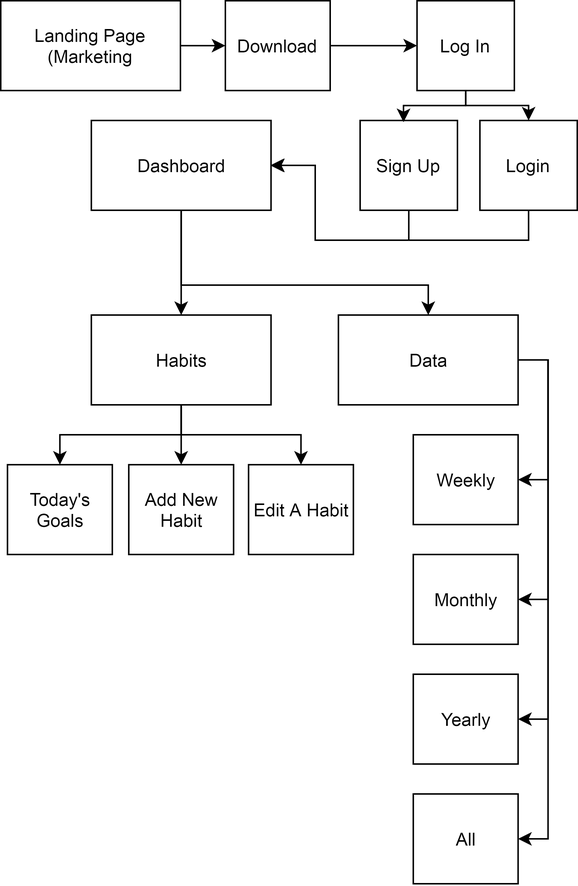
Before: images/yir/userflow_sitemap.png, a diagram exported from draw.io (jesykaness/jesykaness.github.io). Source tidied: cells renumbered, new cells last; positions are measured from the earlier drawing's top-left corner, leaving out a move shared by most shapes. Source of this version:
```xml
<mxGraphModel>
  <root>
    <mxCell id="0" />
    <mxCell id="1" parent="0" />
    <mxCell id="2" style="edgeStyle=orthogonalEdgeStyle;rounded=0;jettySize=auto;html=1;" parent="1" edge="1" source="4" target="12">
      <mxGeometry relative="1" as="geometry" />
    </mxCell>
    <mxCell id="3" style="edgeStyle=orthogonalEdgeStyle;rounded=0;jettySize=auto;html=1;entryX=0.5;entryY=0;entryDx=0;entryDy=0;" parent="1" edge="1" source="4" target="17">
      <mxGeometry relative="1" as="geometry">
        <Array as="points">
          <mxPoint x="120" y="190" />
          <mxPoint x="286" y="190" />
        </Array>
      </mxGeometry>
    </mxCell>
    <mxCell id="4" value="Dashboard" style="rounded=0;whiteSpace=wrap;html=1;fillColor=none;" parent="1" vertex="1">
      <mxGeometry x="60.5" y="80" width="120" height="60" as="geometry" />
    </mxCell>
    <mxCell id="5" style="edgeStyle=orthogonalEdgeStyle;rounded=0;jettySize=auto;html=1;entryX=0.446;entryY=0.019;entryDx=0;entryDy=0;entryPerimeter=0;" parent="1" edge="1" source="7" target="20">
      <mxGeometry relative="1" as="geometry">
        <Array as="points">
          <mxPoint x="310" y="70" />
          <mxPoint x="269" y="70" />
        </Array>
      </mxGeometry>
    </mxCell>
    <mxCell id="6" style="edgeStyle=orthogonalEdgeStyle;rounded=0;jettySize=auto;html=1;entryX=0.5;entryY=0;entryDx=0;entryDy=0;" parent="1" edge="1" source="7" target="22">
      <mxGeometry relative="1" as="geometry">
        <Array as="points">
          <mxPoint x="310" y="70" />
          <mxPoint x="352" y="70" />
        </Array>
      </mxGeometry>
    </mxCell>
    <mxCell id="7" value="Log In" style="rounded=0;whiteSpace=wrap;html=1;fillColor=none;" parent="1" vertex="1">
      <mxGeometry x="278" width="65" height="60" as="geometry" />
    </mxCell>
    <mxCell id="8" value="Weekly" style="rounded=0;whiteSpace=wrap;html=1;fillColor=none;" parent="1" vertex="1">
      <mxGeometry x="275.5" y="290" width="70" height="60" as="geometry" />
    </mxCell>
    <mxCell id="9" style="edgeStyle=orthogonalEdgeStyle;rounded=0;jettySize=auto;html=1;entryX=0.5;entryY=0;entryDx=0;entryDy=0;" parent="1" edge="1" source="12" target="23">
      <mxGeometry relative="1" as="geometry" />
    </mxCell>
    <mxCell id="10" style="edgeStyle=orthogonalEdgeStyle;rounded=0;jettySize=auto;html=1;" parent="1" edge="1" source="12" target="26">
      <mxGeometry relative="1" as="geometry" />
    </mxCell>
    <mxCell id="11" style="edgeStyle=orthogonalEdgeStyle;rounded=0;jettySize=auto;html=1;entryX=0.5;entryY=0;entryDx=0;entryDy=0;" parent="1" edge="1" source="12" target="27">
      <mxGeometry relative="1" as="geometry" />
    </mxCell>
    <mxCell id="12" value="Habits" style="rounded=0;whiteSpace=wrap;html=1;fillColor=none;" parent="1" vertex="1">
      <mxGeometry x="60.5" y="210" width="120" height="60" as="geometry" />
    </mxCell>
    <mxCell id="13" style="edgeStyle=orthogonalEdgeStyle;rounded=0;jettySize=auto;html=1;entryX=1;entryY=0.5;entryDx=0;entryDy=0;" parent="1" edge="1" source="17" target="8">
      <mxGeometry relative="1" as="geometry">
        <Array as="points">
          <mxPoint x="365.5" y="240" />
          <mxPoint x="365.5" y="320" />
        </Array>
      </mxGeometry>
    </mxCell>
    <mxCell id="14" style="edgeStyle=orthogonalEdgeStyle;rounded=0;jettySize=auto;html=1;entryX=1;entryY=0.5;entryDx=0;entryDy=0;" parent="1" edge="1" source="17" target="18">
      <mxGeometry relative="1" as="geometry">
        <Array as="points">
          <mxPoint x="365.5" y="240" />
          <mxPoint x="365.5" y="400" />
        </Array>
      </mxGeometry>
    </mxCell>
    <mxCell id="15" style="edgeStyle=orthogonalEdgeStyle;rounded=0;jettySize=auto;html=1;entryX=1;entryY=0.5;entryDx=0;entryDy=0;" parent="1" edge="1" source="17" target="24">
      <mxGeometry relative="1" as="geometry">
        <Array as="points">
          <mxPoint x="365.5" y="240" />
          <mxPoint x="365.5" y="480" />
        </Array>
      </mxGeometry>
    </mxCell>
    <mxCell id="16" style="edgeStyle=orthogonalEdgeStyle;rounded=0;jettySize=auto;html=1;entryX=1;entryY=0.5;entryDx=0;entryDy=0;" parent="1" edge="1" source="17" target="25">
      <mxGeometry relative="1" as="geometry">
        <Array as="points">
          <mxPoint x="365.5" y="240" />
          <mxPoint x="365.5" y="560" />
        </Array>
      </mxGeometry>
    </mxCell>
    <mxCell id="17" value="Data" style="rounded=0;whiteSpace=wrap;html=1;fillColor=none;" parent="1" vertex="1">
      <mxGeometry x="225.5" y="210" width="120" height="60" as="geometry" />
    </mxCell>
    <mxCell id="18" value="Monthly" style="rounded=0;whiteSpace=wrap;html=1;fillColor=none;" parent="1" vertex="1">
      <mxGeometry x="275.5" y="370" width="70" height="60" as="geometry" />
    </mxCell>
    <mxCell id="19" style="edgeStyle=orthogonalEdgeStyle;rounded=0;jettySize=auto;html=1;entryX=1;entryY=0.5;entryDx=0;entryDy=0;" parent="1" edge="1" source="20" target="4">
      <mxGeometry relative="1" as="geometry">
        <Array as="points">
          <mxPoint x="273" y="160" />
          <mxPoint x="210" y="160" />
          <mxPoint x="210" y="110" />
        </Array>
      </mxGeometry>
    </mxCell>
    <mxCell id="20" value="Sign Up" style="rounded=0;whiteSpace=wrap;html=1;fillColor=none;" parent="1" vertex="1">
      <mxGeometry x="240" y="80" width="65" height="60" as="geometry" />
    </mxCell>
    <mxCell id="21" style="edgeStyle=orthogonalEdgeStyle;rounded=0;jettySize=auto;html=1;" parent="1" edge="1" source="22">
      <mxGeometry relative="1" as="geometry">
        <mxPoint x="180" y="110" as="targetPoint" />
        <Array as="points">
          <mxPoint x="353" y="160" />
          <mxPoint x="210" y="160" />
          <mxPoint x="210" y="110" />
        </Array>
      </mxGeometry>
    </mxCell>
    <mxCell id="22" value="Login" style="rounded=0;whiteSpace=wrap;html=1;fillColor=none;" parent="1" vertex="1">
      <mxGeometry x="320" y="80" width="65" height="60" as="geometry" />
    </mxCell>
    <mxCell id="23" value="Today's Goals" style="rounded=0;whiteSpace=wrap;html=1;fillColor=none;" parent="1" vertex="1">
      <mxGeometry x="4.5" y="310" width="70" height="60" as="geometry" />
    </mxCell>
    <mxCell id="24" value="Yearly" style="rounded=0;whiteSpace=wrap;html=1;fillColor=none;" parent="1" vertex="1">
      <mxGeometry x="275.5" y="450" width="70" height="60" as="geometry" />
    </mxCell>
    <mxCell id="25" value="All" style="rounded=0;whiteSpace=wrap;html=1;fillColor=none;" parent="1" vertex="1">
      <mxGeometry x="275.5" y="530" width="70" height="60" as="geometry" />
    </mxCell>
    <mxCell id="26" value="Add New Habit" style="rounded=0;whiteSpace=wrap;html=1;fillColor=none;" parent="1" vertex="1">
      <mxGeometry x="85.5" y="310" width="70" height="60" as="geometry" />
    </mxCell>
    <mxCell id="27" value="Edit A Habit" style="rounded=0;whiteSpace=wrap;html=1;fillColor=none;" parent="1" vertex="1">
      <mxGeometry x="165.5" y="310" width="70" height="60" as="geometry" />
    </mxCell>
    <mxCell id="28" style="edgeStyle=orthogonalEdgeStyle;rounded=0;jettySize=auto;html=1;" parent="1" edge="1" source="29" target="31">
      <mxGeometry relative="1" as="geometry" />
    </mxCell>
    <mxCell id="29" value="Landing Page&lt;br&gt;(Marketing" style="rounded=0;whiteSpace=wrap;html=1;fillColor=none;" parent="1" vertex="1">
      <mxGeometry width="120" height="60" as="geometry" />
    </mxCell>
    <mxCell id="30" style="edgeStyle=orthogonalEdgeStyle;rounded=0;jettySize=auto;html=1;entryX=0;entryY=0.5;entryDx=0;entryDy=0;" parent="1" edge="1" source="31" target="7">
      <mxGeometry relative="1" as="geometry" />
    </mxCell>
    <mxCell id="31" value="Download" style="rounded=0;whiteSpace=wrap;html=1;fillColor=none;" parent="1" vertex="1">
      <mxGeometry x="150" width="70" height="60" as="geometry" />
    </mxCell>
  </root>
</mxGraphModel>
```
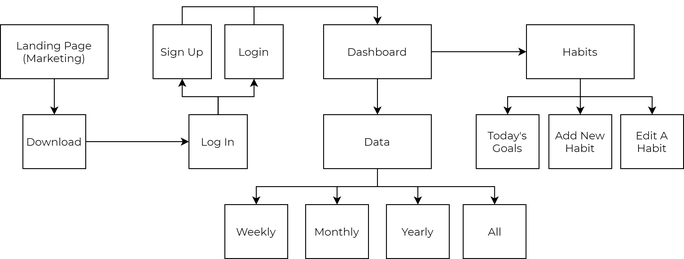
The same diagram one commit later.

The edit, as a diff of the source:
```diff
@@ -2,143 +2,115 @@
   <root>
     <mxCell id="0" />
     <mxCell id="1" parent="0" />
-    <mxCell id="2" style="edgeStyle=orthogonalEdgeStyle;rounded=0;jettySize=auto;html=1;" parent="1" edge="1" source="4" target="12">
+    <mxCell id="2" style="edgeStyle=orthogonalEdgeStyle;rounded=0;jettySize=auto;html=1;entryX=0.5;entryY=0;entryDx=0;entryDy=0;fontFamily=Montserrat;FType=g;labelBorderColor=none;" parent="1" edge="1" source="4" target="17">
       <mxGeometry relative="1" as="geometry" />
     </mxCell>
-    <mxCell id="3" style="edgeStyle=orthogonalEdgeStyle;rounded=0;jettySize=auto;html=1;entryX=0.5;entryY=0;entryDx=0;entryDy=0;" parent="1" edge="1" source="4" target="17">
-      <mxGeometry relative="1" as="geometry">
-        <Array as="points">
-          <mxPoint x="120" y="190" />
-          <mxPoint x="286" y="190" />
-        </Array>
-      </mxGeometry>
+    <mxCell id="3" style="edgeStyle=orthogonalEdgeStyle;rounded=0;jettySize=auto;html=1;entryX=0;entryY=0.5;entryDx=0;entryDy=0;fontFamily=Montserrat;FType=g;labelBorderColor=none;" parent="1" edge="1" source="4" target="12">
+      <mxGeometry relative="1" as="geometry" />
     </mxCell>
-    <mxCell id="4" value="Dashboard" style="rounded=0;whiteSpace=wrap;html=1;fillColor=none;" parent="1" vertex="1">
-      <mxGeometry x="60.5" y="80" width="120" height="60" as="geometry" />
+    <mxCell id="4" value="Dashboard" style="rounded=0;whiteSpace=wrap;html=1;fillColor=none;fontFamily=Montserrat;FType=g;labelBorderColor=none;" parent="1" vertex="1">
+      <mxGeometry x="390" y="30" width="120" height="60" as="geometry" />
     </mxCell>
-    <mxCell id="5" style="edgeStyle=orthogonalEdgeStyle;rounded=0;jettySize=auto;html=1;entryX=0.446;entryY=0.019;entryDx=0;entryDy=0;entryPerimeter=0;" parent="1" edge="1" source="7" target="20">
-      <mxGeometry relative="1" as="geometry">
-        <Array as="points">
-          <mxPoint x="310" y="70" />
-          <mxPoint x="269" y="70" />
-        </Array>
-      </mxGeometry>
+    <mxCell id="5" style="edgeStyle=orthogonalEdgeStyle;rounded=0;jettySize=auto;html=1;entryX=0.5;entryY=1;entryDx=0;entryDy=0;fontFamily=Montserrat;FType=g;labelBorderColor=none;" parent="1" edge="1" source="7" target="20">
+      <mxGeometry relative="1" as="geometry" />
     </mxCell>
-    <mxCell id="6" style="edgeStyle=orthogonalEdgeStyle;rounded=0;jettySize=auto;html=1;entryX=0.5;entryY=0;entryDx=0;entryDy=0;" parent="1" edge="1" source="7" target="22">
-      <mxGeometry relative="1" as="geometry">
-        <Array as="points">
-          <mxPoint x="310" y="70" />
-          <mxPoint x="352" y="70" />
-        </Array>
-      </mxGeometry>
+    <mxCell id="6" style="edgeStyle=orthogonalEdgeStyle;rounded=0;jettySize=auto;html=1;entryX=0.5;entryY=1;entryDx=0;entryDy=0;fontFamily=Montserrat;FType=g;labelBorderColor=none;" parent="1" edge="1" source="7" target="22">
+      <mxGeometry relative="1" as="geometry" />
     </mxCell>
-    <mxCell id="7" value="Log In" style="rounded=0;whiteSpace=wrap;html=1;fillColor=none;" parent="1" vertex="1">
-      <mxGeometry x="278" width="65" height="60" as="geometry" />
+    <mxCell id="7" value="Log In" style="rounded=0;whiteSpace=wrap;html=1;fillColor=none;fontFamily=Montserrat;FType=g;labelBorderColor=none;" parent="1" vertex="1">
+      <mxGeometry x="240" y="130" width="65" height="60" as="geometry" />
     </mxCell>
-    <mxCell id="8" value="Weekly" style="rounded=0;whiteSpace=wrap;html=1;fillColor=none;" parent="1" vertex="1">
-      <mxGeometry x="275.5" y="290" width="70" height="60" as="geometry" />
+    <mxCell id="8" value="Weekly" style="rounded=0;whiteSpace=wrap;html=1;fillColor=none;fontFamily=Montserrat;FType=g;labelBorderColor=none;" parent="1" vertex="1">
+      <mxGeometry x="280" y="230" width="70" height="60" as="geometry" />
     </mxCell>
-    <mxCell id="9" style="edgeStyle=orthogonalEdgeStyle;rounded=0;jettySize=auto;html=1;entryX=0.5;entryY=0;entryDx=0;entryDy=0;" parent="1" edge="1" source="12" target="23">
+    <mxCell id="9" style="edgeStyle=orthogonalEdgeStyle;rounded=0;jettySize=auto;html=1;entryX=0.5;entryY=0;entryDx=0;entryDy=0;fontFamily=Montserrat;FType=g;labelBorderColor=none;" parent="1" edge="1" source="12" target="23">
       <mxGeometry relative="1" as="geometry" />
     </mxCell>
-    <mxCell id="10" style="edgeStyle=orthogonalEdgeStyle;rounded=0;jettySize=auto;html=1;" parent="1" edge="1" source="12" target="26">
+    <mxCell id="10" style="edgeStyle=orthogonalEdgeStyle;rounded=0;jettySize=auto;html=1;fontFamily=Montserrat;FType=g;labelBorderColor=none;" parent="1" edge="1" source="12" target="26">
       <mxGeometry relative="1" as="geometry" />
     </mxCell>
-    <mxCell id="11" style="edgeStyle=orthogonalEdgeStyle;rounded=0;jettySize=auto;html=1;entryX=0.5;entryY=0;entryDx=0;entryDy=0;" parent="1" edge="1" source="12" target="27">
+    <mxCell id="11" style="edgeStyle=orthogonalEdgeStyle;rounded=0;jettySize=auto;html=1;entryX=0.5;entryY=0;entryDx=0;entryDy=0;fontFamily=Montserrat;FType=g;labelBorderColor=none;" parent="1" edge="1" source="12" target="27">
       <mxGeometry relative="1" as="geometry" />
     </mxCell>
-    <mxCell id="12" value="Habits" style="rounded=0;whiteSpace=wrap;html=1;fillColor=none;" parent="1" vertex="1">
-      <mxGeometry x="60.5" y="210" width="120" height="60" as="geometry" />
+    <mxCell id="12" value="Habits" style="rounded=0;whiteSpace=wrap;html=1;fillColor=none;fontFamily=Montserrat;FType=g;labelBorderColor=none;" parent="1" vertex="1">
+      <mxGeometry x="616" y="30" width="120" height="60" as="geometry" />
     </mxCell>
-    <mxCell id="13" style="edgeStyle=orthogonalEdgeStyle;rounded=0;jettySize=auto;html=1;entryX=1;entryY=0.5;entryDx=0;entryDy=0;" parent="1" edge="1" source="17" target="8">
+    <mxCell id="13" style="edgeStyle=orthogonalEdgeStyle;rounded=0;jettySize=auto;html=1;entryX=0.5;entryY=0;entryDx=0;entryDy=0;fontFamily=Montserrat;FType=g;labelBorderColor=none;" parent="1" edge="1" source="17" target="8">
       <mxGeometry relative="1" as="geometry">
         <Array as="points">
-          <mxPoint x="365.5" y="240" />
-          <mxPoint x="365.5" y="320" />
+          <mxPoint x="450" y="210" />
+          <mxPoint x="315" y="210" />
         </Array>
       </mxGeometry>
     </mxCell>
-    <mxCell id="14" style="edgeStyle=orthogonalEdgeStyle;rounded=0;jettySize=auto;html=1;entryX=1;entryY=0.5;entryDx=0;entryDy=0;" parent="1" edge="1" source="17" target="18">
-      <mxGeometry relative="1" as="geometry">
-        <Array as="points">
-          <mxPoint x="365.5" y="240" />
-          <mxPoint x="365.5" y="400" />
-        </Array>
-      </mxGeometry>
+    <mxCell id="14" style="edgeStyle=orthogonalEdgeStyle;rounded=0;jettySize=auto;html=1;entryX=0.5;entryY=0;entryDx=0;entryDy=0;fontFamily=Montserrat;FType=g;labelBorderColor=none;" parent="1" edge="1" source="17" target="18">
+      <mxGeometry relative="1" as="geometry" />
     </mxCell>
-    <mxCell id="15" style="edgeStyle=orthogonalEdgeStyle;rounded=0;jettySize=auto;html=1;entryX=1;entryY=0.5;entryDx=0;entryDy=0;" parent="1" edge="1" source="17" target="24">
-      <mxGeometry relative="1" as="geometry">
-        <Array as="points">
-          <mxPoint x="365.5" y="240" />
-          <mxPoint x="365.5" y="480" />
-        </Array>
-      </mxGeometry>
+    <mxCell id="15" style="edgeStyle=orthogonalEdgeStyle;rounded=0;jettySize=auto;html=1;entryX=0.5;entryY=0;entryDx=0;entryDy=0;fontFamily=Montserrat;FType=g;labelBorderColor=none;" parent="1" edge="1" source="17" target="24">
+      <mxGeometry relative="1" as="geometry" />
     </mxCell>
-    <mxCell id="16" style="edgeStyle=orthogonalEdgeStyle;rounded=0;jettySize=auto;html=1;entryX=1;entryY=0.5;entryDx=0;entryDy=0;" parent="1" edge="1" source="17" target="25">
+    <mxCell id="16" style="edgeStyle=orthogonalEdgeStyle;rounded=0;jettySize=auto;html=1;entryX=0.5;entryY=0;entryDx=0;entryDy=0;fontFamily=Montserrat;FType=g;labelBorderColor=none;" parent="1" edge="1" source="17" target="25">
       <mxGeometry relative="1" as="geometry">
         <Array as="points">
-          <mxPoint x="365.5" y="240" />
-          <mxPoint x="365.5" y="560" />
+          <mxPoint x="450" y="210" />
+          <mxPoint x="581" y="210" />
         </Array>
       </mxGeometry>
     </mxCell>
-    <mxCell id="17" value="Data" style="rounded=0;whiteSpace=wrap;html=1;fillColor=none;" parent="1" vertex="1">
-      <mxGeometry x="225.5" y="210" width="120" height="60" as="geometry" />
+    <mxCell id="17" value="Data" style="rounded=0;whiteSpace=wrap;html=1;fillColor=none;fontFamily=Montserrat;FType=g;labelBorderColor=none;" parent="1" vertex="1">
+      <mxGeometry x="390" y="130" width="120" height="60" as="geometry" />
     </mxCell>
-    <mxCell id="18" value="Monthly" style="rounded=0;whiteSpace=wrap;html=1;fillColor=none;" parent="1" vertex="1">
-      <mxGeometry x="275.5" y="370" width="70" height="60" as="geometry" />
+    <mxCell id="18" value="Monthly" style="rounded=0;whiteSpace=wrap;html=1;fillColor=none;fontFamily=Montserrat;FType=g;labelBorderColor=none;" parent="1" vertex="1">
+      <mxGeometry x="370" y="230" width="70" height="60" as="geometry" />
     </mxCell>
-    <mxCell id="19" style="edgeStyle=orthogonalEdgeStyle;rounded=0;jettySize=auto;html=1;entryX=1;entryY=0.5;entryDx=0;entryDy=0;" parent="1" edge="1" source="20" target="4">
+    <mxCell id="19" style="edgeStyle=orthogonalEdgeStyle;rounded=0;jettySize=auto;html=1;entryX=0.5;entryY=0;entryDx=0;entryDy=0;fontFamily=Montserrat;FType=g;labelBorderColor=none;" parent="1" edge="1" source="20" target="4">
       <mxGeometry relative="1" as="geometry">
         <Array as="points">
-          <mxPoint x="273" y="160" />
-          <mxPoint x="210" y="160" />
-          <mxPoint x="210" y="110" />
+          <mxPoint x="233" y="10" />
+          <mxPoint x="450" y="10" />
         </Array>
       </mxGeometry>
     </mxCell>
-    <mxCell id="20" value="Sign Up" style="rounded=0;whiteSpace=wrap;html=1;fillColor=none;" parent="1" vertex="1">
-      <mxGeometry x="240" y="80" width="65" height="60" as="geometry" />
+    <mxCell id="20" value="Sign Up" style="rounded=0;whiteSpace=wrap;html=1;fillColor=none;fontFamily=Montserrat;FType=g;labelBorderColor=none;" parent="1" vertex="1">
+      <mxGeometry x="200" y="30" width="65" height="60" as="geometry" />
     </mxCell>
-    <mxCell id="21" style="edgeStyle=orthogonalEdgeStyle;rounded=0;jettySize=auto;html=1;" parent="1" edge="1" source="22">
+    <mxCell id="21" style="edgeStyle=orthogonalEdgeStyle;rounded=0;jettySize=auto;html=1;entryX=0.5;entryY=0;entryDx=0;entryDy=0;fontFamily=Montserrat;FType=g;labelBorderColor=none;" parent="1" edge="1" source="22" target="4">
       <mxGeometry relative="1" as="geometry">
-        <mxPoint x="180" y="110" as="targetPoint" />
         <Array as="points">
-          <mxPoint x="353" y="160" />
-          <mxPoint x="210" y="160" />
-          <mxPoint x="210" y="110" />
+          <mxPoint x="313" y="10" />
+          <mxPoint x="450" y="10" />
         </Array>
       </mxGeometry>
     </mxCell>
-    <mxCell id="22" value="Login" style="rounded=0;whiteSpace=wrap;html=1;fillColor=none;" parent="1" vertex="1">
-      <mxGeometry x="320" y="80" width="65" height="60" as="geometry" />
+    <mxCell id="22" value="Login" style="rounded=0;whiteSpace=wrap;html=1;fillColor=none;fontFamily=Montserrat;FType=g;labelBorderColor=none;" parent="1" vertex="1">
+      <mxGeometry x="280" y="30" width="65" height="60" as="geometry" />
     </mxCell>
-    <mxCell id="23" value="Today's Goals" style="rounded=0;whiteSpace=wrap;html=1;fillColor=none;" parent="1" vertex="1">
-      <mxGeometry x="4.5" y="310" width="70" height="60" as="geometry" />
+    <mxCell id="23" value="Today's Goals" style="rounded=0;whiteSpace=wrap;html=1;fillColor=none;fontFamily=Montserrat;FType=g;labelBorderColor=none;" parent="1" vertex="1">
+      <mxGeometry x="560" y="130" width="70" height="60" as="geometry" />
     </mxCell>
-    <mxCell id="24" value="Yearly" style="rounded=0;whiteSpace=wrap;html=1;fillColor=none;" parent="1" vertex="1">
-      <mxGeometry x="275.5" y="450" width="70" height="60" as="geometry" />
+    <mxCell id="24" value="Yearly" style="rounded=0;whiteSpace=wrap;html=1;fillColor=none;fontFamily=Montserrat;FType=g;labelBorderColor=none;" parent="1" vertex="1">
+      <mxGeometry x="460" y="230" width="70" height="60" as="geometry" />
     </mxCell>
-    <mxCell id="25" value="All" style="rounded=0;whiteSpace=wrap;html=1;fillColor=none;" parent="1" vertex="1">
-      <mxGeometry x="275.5" y="530" width="70" height="60" as="geometry" />
+    <mxCell id="25" value="All" style="rounded=0;whiteSpace=wrap;html=1;fillColor=none;fontFamily=Montserrat;FType=g;labelBorderColor=none;" parent="1" vertex="1">
+      <mxGeometry x="545.5" y="230" width="70" height="60" as="geometry" />
     </mxCell>
-    <mxCell id="26" value="Add New Habit" style="rounded=0;whiteSpace=wrap;html=1;fillColor=none;" parent="1" vertex="1">
-      <mxGeometry x="85.5" y="310" width="70" height="60" as="geometry" />
+    <mxCell id="26" value="Add New Habit" style="rounded=0;whiteSpace=wrap;html=1;fillColor=none;fontFamily=Montserrat;FType=g;labelBorderColor=none;" parent="1" vertex="1">
+      <mxGeometry x="641" y="130" width="70" height="60" as="geometry" />
     </mxCell>
-    <mxCell id="27" value="Edit A Habit" style="rounded=0;whiteSpace=wrap;html=1;fillColor=none;" parent="1" vertex="1">
-      <mxGeometry x="165.5" y="310" width="70" height="60" as="geometry" />
+    <mxCell id="27" value="Edit A Habit" style="rounded=0;whiteSpace=wrap;html=1;fillColor=none;fontFamily=Montserrat;FType=g;labelBorderColor=none;" parent="1" vertex="1">
+      <mxGeometry x="721" y="130" width="70" height="60" as="geometry" />
     </mxCell>
-    <mxCell id="28" style="edgeStyle=orthogonalEdgeStyle;rounded=0;jettySize=auto;html=1;" parent="1" edge="1" source="29" target="31">
+    <mxCell id="28" style="edgeStyle=orthogonalEdgeStyle;rounded=0;jettySize=auto;html=1;fontFamily=Montserrat;FType=g;labelBorderColor=none;" parent="1" edge="1" source="29" target="31">
       <mxGeometry relative="1" as="geometry" />
     </mxCell>
-    <mxCell id="29" value="Landing Page&lt;br&gt;(Marketing" style="rounded=0;whiteSpace=wrap;html=1;fillColor=none;" parent="1" vertex="1">
-      <mxGeometry width="120" height="60" as="geometry" />
+    <mxCell id="29" value="Landing Page&lt;br&gt;(Marketing)" style="rounded=0;whiteSpace=wrap;html=1;fillColor=none;fontFamily=Montserrat;FType=g;labelBorderColor=none;" parent="1" vertex="1">
+      <mxGeometry x="30" y="30" width="120" height="60" as="geometry" />
     </mxCell>
-    <mxCell id="30" style="edgeStyle=orthogonalEdgeStyle;rounded=0;jettySize=auto;html=1;entryX=0;entryY=0.5;entryDx=0;entryDy=0;" parent="1" edge="1" source="31" target="7">
+    <mxCell id="30" style="edgeStyle=orthogonalEdgeStyle;rounded=0;jettySize=auto;html=1;fontFamily=Montserrat;FType=g;labelBorderColor=none;" parent="1" edge="1" source="31" target="7">
       <mxGeometry relative="1" as="geometry" />
     </mxCell>
-    <mxCell id="31" value="Download" style="rounded=0;whiteSpace=wrap;html=1;fillColor=none;" parent="1" vertex="1">
-      <mxGeometry x="150" width="70" height="60" as="geometry" />
+    <mxCell id="31" value="Download" style="rounded=0;whiteSpace=wrap;html=1;fillColor=none;fontFamily=Montserrat;FType=g;labelBorderColor=none;" parent="1" vertex="1">
+      <mxGeometry x="55" y="130" width="70" height="60" as="geometry" />
     </mxCell>
   </root>
 </mxGraphModel>
```
